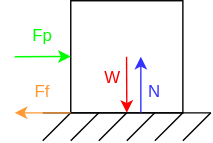
Above: prototype/slipping.drawio.svg in dennuguyen/desn2000 (draw.io), before the change. Source tidied: cells renumbered, new cells last; positions are measured from the earlier drawing's top-left corner, leaving out a move shared by most shapes.
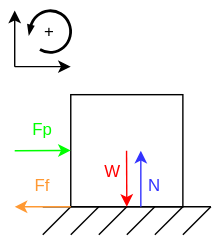
The same file after the commit.

Diff of the diagram source:
```diff
@@ -83,5 +83,26 @@
     <mxCell id="17" value="Ff" style="text;html=1;strokeColor=none;fillColor=none;align=center;verticalAlign=middle;whiteSpace=wrap;rounded=0;fontColor=#FF9933;" parent="1" vertex="1">
       <mxGeometry y="50" width="60" height="30" as="geometry" />
     </mxCell>
+    <mxCell id="18" style="group;" parent="1" vertex="1">
+      <mxGeometry x="10" y="-60" width="50" height="40" as="geometry" />
+    </mxCell>
+    <mxCell id="19" value="+" style="text;html=1;strokeColor=none;fillColor=none;align=center;verticalAlign=middle;whiteSpace=wrap;rounded=0;" parent="18" vertex="1">
+      <mxGeometry width="50" height="30" as="geometry" />
+    </mxCell>
+    <mxCell id="20" style="endArrow=classic;html=1;" parent="18" edge="1">
+      <mxGeometry relative="1" as="geometry">
+        <mxPoint y="40" as="sourcePoint" />
+        <mxPoint x="40" y="40" as="targetPoint" />
+      </mxGeometry>
+    </mxCell>
+    <mxCell id="21" style="endArrow=classic;html=1;" parent="18" edge="1">
+      <mxGeometry relative="1" as="geometry">
+        <mxPoint y="40" as="sourcePoint" />
+        <mxPoint as="targetPoint" />
+      </mxGeometry>
+    </mxCell>
+    <mxCell id="22" style="verticalLabelPosition=bottom;html=1;verticalAlign=top;strokeWidth=2;shape=mxgraph.lean_mapping.physical_pull;rotation=-180;" parent="18" vertex="1">
+      <mxGeometry x="10" width="30" height="30" as="geometry" />
+    </mxCell>
   </root>
 </mxGraphModel>
```
